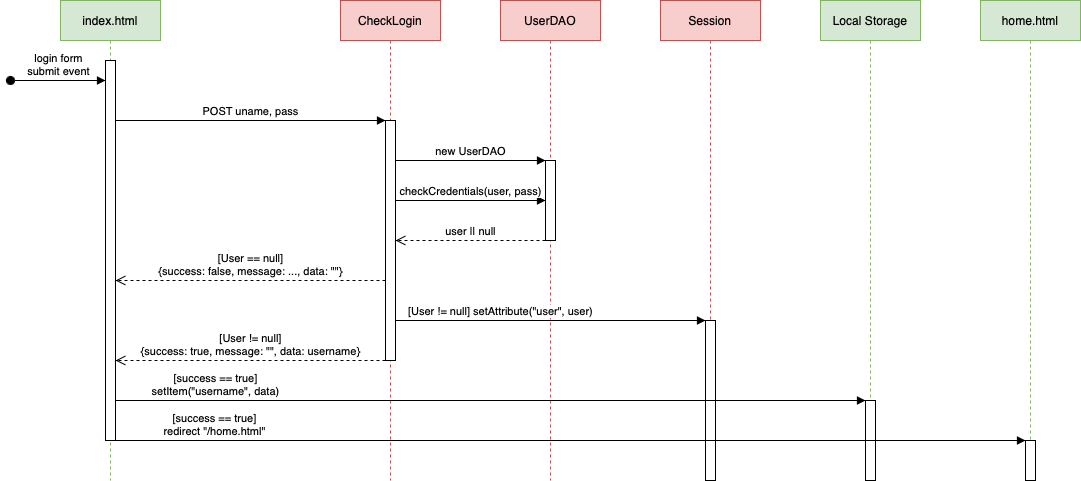
The draw.io diagram docs/raw/images/EventLogin.SD.drawio.png in a-fni/ICT-Technologies-for-the-Web-Dynamic, before a commit. Source tidied: cells renumbered, new cells last; positions are measured from the earlier drawing's top-left corner, leaving out a move shared by most shapes. The source it was exported from:
```xml
<mxGraphModel>
  <root>
    <mxCell id="0" />
    <mxCell id="1" parent="0" />
    <mxCell id="2" value="CheckLogin" style="shape=umlLifeline;perimeter=lifelinePerimeter;whiteSpace=wrap;html=1;newEdgeStyle={&quot;edgeStyle&quot;:&quot;elbowEdgeStyle&quot;,&quot;elbow&quot;:&quot;vertical&quot;,&quot;curved&quot;:0,&quot;rounded&quot;:0};fillColor=#f8cecc;strokeColor=#b85450;" parent="1" vertex="1">
      <mxGeometry x="330" width="100" height="480" as="geometry" />
    </mxCell>
    <mxCell id="3" style="html=1;points=[];perimeter=orthogonalPerimeter;outlineConnect=0;targetShapes=umlLifeline;portConstraint=eastwest;newEdgeStyle={&quot;edgeStyle&quot;:&quot;elbowEdgeStyle&quot;,&quot;elbow&quot;:&quot;vertical&quot;,&quot;curved&quot;:0,&quot;rounded&quot;:0};" parent="2" vertex="1">
      <mxGeometry x="45" y="120" width="10" height="240" as="geometry" />
    </mxCell>
    <mxCell id="4" value="UserDAO" style="shape=umlLifeline;perimeter=lifelinePerimeter;whiteSpace=wrap;html=1;newEdgeStyle={&quot;edgeStyle&quot;:&quot;elbowEdgeStyle&quot;,&quot;elbow&quot;:&quot;vertical&quot;,&quot;curved&quot;:0,&quot;rounded&quot;:0};fillColor=#f8cecc;strokeColor=#b85450;" parent="1" vertex="1">
      <mxGeometry x="490" width="100" height="480" as="geometry" />
    </mxCell>
    <mxCell id="5" style="html=1;points=[];perimeter=orthogonalPerimeter;outlineConnect=0;targetShapes=umlLifeline;portConstraint=eastwest;newEdgeStyle={&quot;edgeStyle&quot;:&quot;elbowEdgeStyle&quot;,&quot;elbow&quot;:&quot;vertical&quot;,&quot;curved&quot;:0,&quot;rounded&quot;:0};" parent="4" vertex="1">
      <mxGeometry x="45" y="160" width="10" height="80" as="geometry" />
    </mxCell>
    <mxCell id="6" value="new UserDAO" style="html=1;verticalAlign=bottom;endArrow=block;edgeStyle=elbowEdgeStyle;elbow=vertical;curved=0;rounded=0;" parent="1" edge="1" target="5">
      <mxGeometry relative="1" as="geometry">
        <mxPoint x="385" y="160" as="sourcePoint" />
        <Array as="points">
          <mxPoint x="420" y="160" />
          <mxPoint x="500" y="170" />
        </Array>
      </mxGeometry>
    </mxCell>
    <mxCell id="7" value="checkCredentials(user, pass)" style="html=1;verticalAlign=bottom;endArrow=block;edgeStyle=elbowEdgeStyle;elbow=vertical;curved=0;rounded=0;" parent="1" edge="1" target="5">
      <mxGeometry relative="1" as="geometry">
        <mxPoint x="385" y="200" as="sourcePoint" />
        <Array as="points">
          <mxPoint x="510" y="200" />
          <mxPoint x="500" y="180" />
          <mxPoint x="540" y="180" />
        </Array>
      </mxGeometry>
    </mxCell>
    <mxCell id="8" value="user || null" style="html=1;verticalAlign=bottom;endArrow=open;dashed=1;endSize=8;edgeStyle=elbowEdgeStyle;elbow=vertical;curved=0;rounded=0;" parent="1" edge="1" source="5">
      <mxGeometry relative="1" as="geometry">
        <mxPoint x="385" y="240" as="targetPoint" />
        <Array as="points">
          <mxPoint x="510" y="240" />
          <mxPoint x="520" y="200" />
          <mxPoint x="500" y="250" />
        </Array>
      </mxGeometry>
    </mxCell>
    <mxCell id="9" value="Session" style="shape=umlLifeline;perimeter=lifelinePerimeter;whiteSpace=wrap;html=1;newEdgeStyle={&quot;edgeStyle&quot;:&quot;elbowEdgeStyle&quot;,&quot;elbow&quot;:&quot;vertical&quot;,&quot;curved&quot;:0,&quot;rounded&quot;:0};fillColor=#f8cecc;strokeColor=#b85450;" parent="1" vertex="1">
      <mxGeometry x="650" width="100" height="480" as="geometry" />
    </mxCell>
    <mxCell id="10" value="[User != null] setAttribute(&quot;user&quot;, user)" style="html=1;verticalAlign=bottom;endArrow=block;edgeStyle=elbowEdgeStyle;elbow=vertical;curved=0;rounded=0;" parent="1" edge="1" target="18">
      <mxGeometry x="-0.17" relative="1" as="geometry">
        <mxPoint x="385" y="360" as="sourcePoint" />
        <Array as="points">
          <mxPoint x="430" y="320" />
          <mxPoint x="940" y="360" />
          <mxPoint x="790" y="320" />
        </Array>
      </mxGeometry>
    </mxCell>
    <mxCell id="11" value="index.html" style="shape=umlLifeline;perimeter=lifelinePerimeter;whiteSpace=wrap;html=1;newEdgeStyle={&quot;edgeStyle&quot;:&quot;elbowEdgeStyle&quot;,&quot;elbow&quot;:&quot;vertical&quot;,&quot;curved&quot;:0,&quot;rounded&quot;:0};fillColor=#d5e8d4;strokeColor=#82b366;" parent="1" vertex="1">
      <mxGeometry x="50" width="100" height="480" as="geometry" />
    </mxCell>
    <mxCell id="12" style="html=1;points=[];perimeter=orthogonalPerimeter;outlineConnect=0;targetShapes=umlLifeline;portConstraint=eastwest;newEdgeStyle={&quot;edgeStyle&quot;:&quot;elbowEdgeStyle&quot;,&quot;elbow&quot;:&quot;vertical&quot;,&quot;curved&quot;:0,&quot;rounded&quot;:0};" parent="11" vertex="1">
      <mxGeometry x="45" y="60" width="10" height="380" as="geometry" />
    </mxCell>
    <mxCell id="13" value="login form&lt;br&gt;submit event" style="html=1;verticalAlign=bottom;startArrow=oval;startFill=1;endArrow=block;startSize=8;edgeStyle=elbowEdgeStyle;elbow=vertical;curved=0;rounded=0;" parent="1" edge="1" target="12">
      <mxGeometry relative="1" as="geometry">
        <mxPoint y="80" as="sourcePoint" />
      </mxGeometry>
    </mxCell>
    <mxCell id="14" value="Local Storage" style="shape=umlLifeline;perimeter=lifelinePerimeter;whiteSpace=wrap;html=1;newEdgeStyle={&quot;edgeStyle&quot;:&quot;elbowEdgeStyle&quot;,&quot;elbow&quot;:&quot;vertical&quot;,&quot;curved&quot;:0,&quot;rounded&quot;:0};fillColor=#d5e8d4;strokeColor=#82b366;" parent="1" vertex="1">
      <mxGeometry x="810" width="100" height="480" as="geometry" />
    </mxCell>
    <mxCell id="15" style="html=1;points=[];perimeter=orthogonalPerimeter;outlineConnect=0;targetShapes=umlLifeline;portConstraint=eastwest;newEdgeStyle={&quot;edgeStyle&quot;:&quot;elbowEdgeStyle&quot;,&quot;elbow&quot;:&quot;vertical&quot;,&quot;curved&quot;:0,&quot;rounded&quot;:0};" parent="14" vertex="1">
      <mxGeometry x="45" y="400" width="10" height="80" as="geometry" />
    </mxCell>
    <mxCell id="16" value="POST uname, pass" style="html=1;verticalAlign=bottom;endArrow=block;edgeStyle=elbowEdgeStyle;elbow=vertical;curved=0;rounded=0;" parent="1" edge="1" source="12" target="3">
      <mxGeometry relative="1" as="geometry">
        <Array as="points">
          <mxPoint x="220" y="120" />
        </Array>
      </mxGeometry>
    </mxCell>
    <mxCell id="17" value="[User == null]&lt;br&gt;{success: false, message: ..., data: &quot;&quot;}" style="html=1;verticalAlign=bottom;endArrow=open;dashed=1;endSize=8;edgeStyle=elbowEdgeStyle;elbow=vertical;curved=0;rounded=0;" parent="1" edge="1" source="3" target="12">
      <mxGeometry relative="1" as="geometry">
        <Array as="points">
          <mxPoint x="170" y="280" />
        </Array>
      </mxGeometry>
    </mxCell>
    <mxCell id="18" style="html=1;points=[];perimeter=orthogonalPerimeter;outlineConnect=0;targetShapes=umlLifeline;portConstraint=eastwest;newEdgeStyle={&quot;edgeStyle&quot;:&quot;elbowEdgeStyle&quot;,&quot;elbow&quot;:&quot;vertical&quot;,&quot;curved&quot;:0,&quot;rounded&quot;:0};" parent="1" vertex="1">
      <mxGeometry x="695" y="320" width="10" height="160" as="geometry" />
    </mxCell>
    <mxCell id="19" value="[User != null]&lt;br&gt;{success: true, message: &quot;&quot;, data: username}" style="html=1;verticalAlign=bottom;endArrow=open;dashed=1;endSize=8;edgeStyle=elbowEdgeStyle;elbow=vertical;curved=0;rounded=0;" parent="1" edge="1" source="3" target="12">
      <mxGeometry relative="1" as="geometry">
        <Array as="points">
          <mxPoint x="130" y="360" />
          <mxPoint x="165" y="350" />
        </Array>
      </mxGeometry>
    </mxCell>
    <mxCell id="20" value="[success == true]&lt;br&gt;setItem(&quot;username&quot;, data)" style="html=1;verticalAlign=bottom;endArrow=block;edgeStyle=elbowEdgeStyle;elbow=vertical;curved=0;rounded=0;" parent="1" edge="1" source="12" target="15">
      <mxGeometry x="-0.73" relative="1" as="geometry">
        <Array as="points">
          <mxPoint x="250" y="400" />
        </Array>
      </mxGeometry>
    </mxCell>
    <mxCell id="21" value="[success == true]&lt;br&gt;redirect &quot;/home.html&quot;" style="html=1;verticalAlign=bottom;endArrow=block;edgeStyle=elbowEdgeStyle;elbow=vertical;curved=0;rounded=0;" parent="1" edge="1" source="12" target="23">
      <mxGeometry x="-0.78" relative="1" as="geometry">
        <Array as="points">
          <mxPoint x="950" y="440" />
        </Array>
      </mxGeometry>
    </mxCell>
    <mxCell id="22" value="home.html" style="shape=umlLifeline;perimeter=lifelinePerimeter;whiteSpace=wrap;html=1;newEdgeStyle={&quot;edgeStyle&quot;:&quot;elbowEdgeStyle&quot;,&quot;elbow&quot;:&quot;vertical&quot;,&quot;curved&quot;:0,&quot;rounded&quot;:0};fillColor=#d5e8d4;strokeColor=#82b366;" parent="1" vertex="1">
      <mxGeometry x="970" width="100" height="480" as="geometry" />
    </mxCell>
    <mxCell id="23" style="html=1;points=[];perimeter=orthogonalPerimeter;outlineConnect=0;targetShapes=umlLifeline;portConstraint=eastwest;newEdgeStyle={&quot;edgeStyle&quot;:&quot;elbowEdgeStyle&quot;,&quot;elbow&quot;:&quot;vertical&quot;,&quot;curved&quot;:0,&quot;rounded&quot;:0};" parent="22" vertex="1">
      <mxGeometry x="45" y="440" width="10" height="40" as="geometry" />
    </mxCell>
  </root>
</mxGraphModel>
```
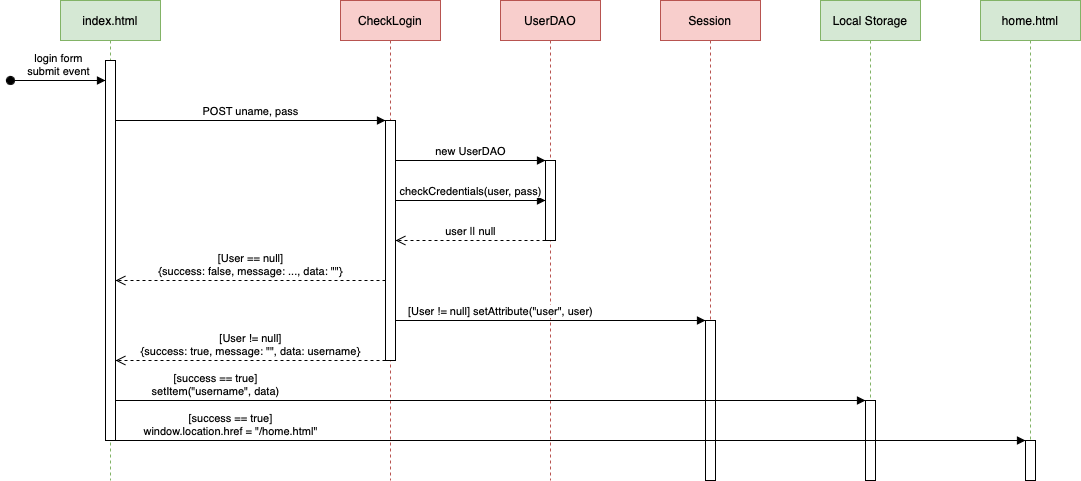
The same diagram one commit later.

The edit, as a diff of the source:
```diff
@@ -105,8 +105,8 @@
         </Array>
       </mxGeometry>
     </mxCell>
-    <mxCell id="21" value="[success == true]&lt;br&gt;redirect &quot;/home.html&quot;" style="html=1;verticalAlign=bottom;endArrow=block;edgeStyle=elbowEdgeStyle;elbow=vertical;curved=0;rounded=0;" parent="1" edge="1" source="12" target="23">
-      <mxGeometry x="-0.78" relative="1" as="geometry">
+    <mxCell id="21" value="[success == true]&lt;br&gt;window.location.href = &quot;/home.html&quot;" style="html=1;verticalAlign=bottom;endArrow=block;edgeStyle=elbowEdgeStyle;elbow=vertical;curved=0;rounded=0;" parent="1" edge="1" source="12" target="23">
+      <mxGeometry x="-0.75" relative="1" as="geometry">
         <Array as="points">
           <mxPoint x="950" y="440" />
         </Array>
```
